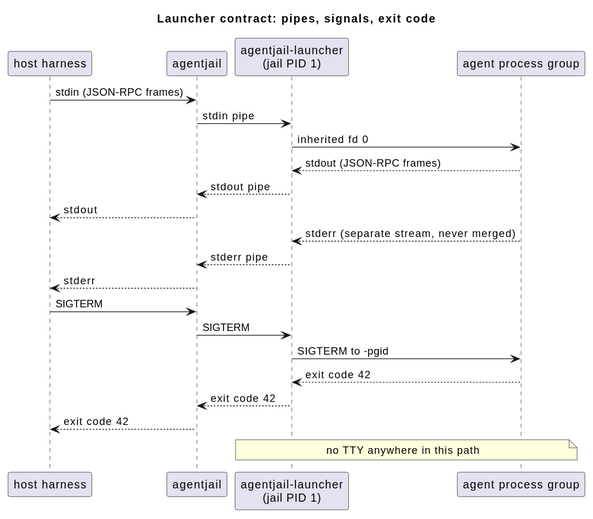
The PlantUML diagram docs/diagrams/launcher-sequence.svg in Breinich/agentjail, before a commit.
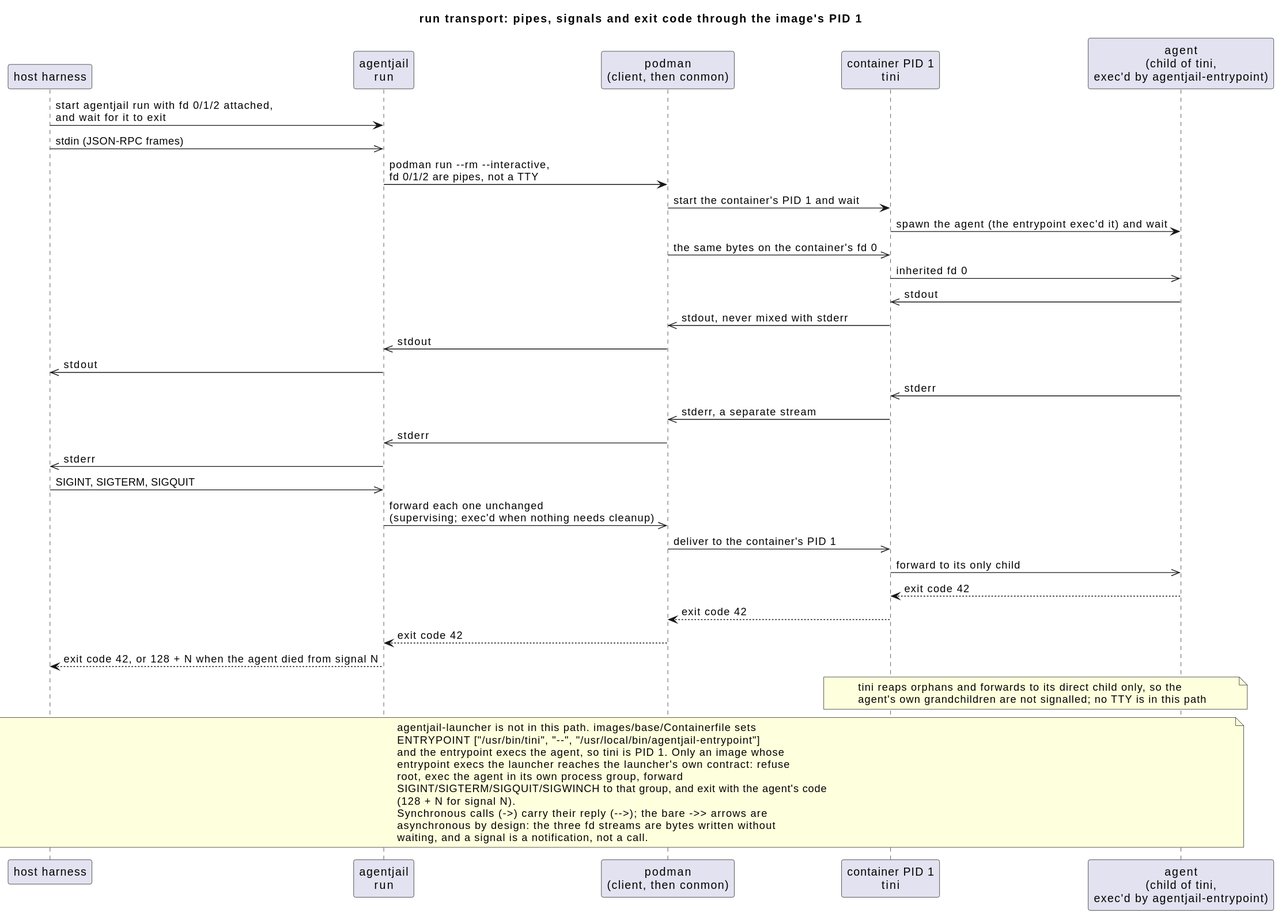
After the commit.

The edit, as a diff of the source:
```diff
@@ -1,25 +1,46 @@
 @startuml
-title Launcher contract: pipes, signals, exit code
+title run transport: pipes, signals and exit code through the image's PID 1
 
 participant "host harness" as H
-participant "agentjail" as C
-participant "agentjail-launcher\n(jail PID 1)" as L
-participant "agent process group" as A
+participant "agentjail\nrun" as C
+participant "podman\n(client, then conmon)" as P
+participant "container PID 1\ntini" as T
+participant "agent\n(child of tini,\nexec'd by agentjail-entrypoint)" as A
 
-H -> C : stdin (JSON-RPC frames)
-C -> L : stdin pipe
-L -> A : inherited fd 0
-A --> L : stdout (JSON-RPC frames)
-L --> C : stdout pipe
-C --> H : stdout
-A --> L : stderr (separate stream, never merged)
-L --> C : stderr pipe
-C --> H : stderr
-H -> C : SIGTERM
-C -> L : SIGTERM
-L -> A : SIGTERM to -pgid
-A --> L : exit code 42
-L --> C : exit code 42
-C --> H : exit code 42
-note over L, A : no TTY anywhere in this path
+H -> C : start agentjail run with fd 0/1/2 attached,\nand wait for it to exit
+H ->> C : stdin (JSON-RPC frames)
+C -> P : podman run &#45;&#45;rm &#45;&#45;interactive,\nfd 0/1/2 are pipes, not a TTY
+P -> T : start the container's PID 1 and wait
+T -> A : spawn the agent (the entrypoint exec'd it) and wait
+P ->> T : the same bytes on the container's fd 0
+T ->> A : inherited fd 0
+A ->> T : stdout
+T ->> P : stdout, never mixed with stderr
+P ->> C : stdout
+C ->> H : stdout
+A ->> T : stderr
+T ->> P : stderr, a separate stream
+P ->> C : stderr
+C ->> H : stderr
+H ->> C : SIGINT, SIGTERM, SIGQUIT
+C ->> P : forward each one unchanged\n(supervising; exec'd when nothing needs cleanup)
+P ->> T : deliver to the container's PID 1
+T ->> A : forward to its only child
+A --> T : exit code 42
+T --> P : exit code 42
+P --> C : exit code 42
+C --> H : exit code 42, or 128 + N when the agent died from signal N
+note over T, A : tini reaps orphans and forwards to its direct child only, so the\nagent's own grandchildren are not signalled; no TTY is in this path
+note over H, A
+  agentjail-launcher is not in this path. images/base/Containerfile sets
+  ENTRYPOINT ["/usr/bin/tini", "&#45;&#45;", "/usr/local/bin/agentjail-entrypoint"]
+  and the entrypoint execs the agent, so tini is PID 1. Only an image whose
+  entrypoint execs the launcher reaches the launcher's own contract: refuse
+  root, exec the agent in its own process group, forward
+  SIGINT/SIGTERM/SIGQUIT/SIGWINCH to that group, and exit with the agent's code
+  (128 + N for signal N).
+  Synchronous calls (->) carry their reply (-->); the bare ->> arrows are
+  asynchronous by design: the three fd streams are bytes written without
+  waiting, and a signal is a notification, not a call.
+end note
 @enduml
```
